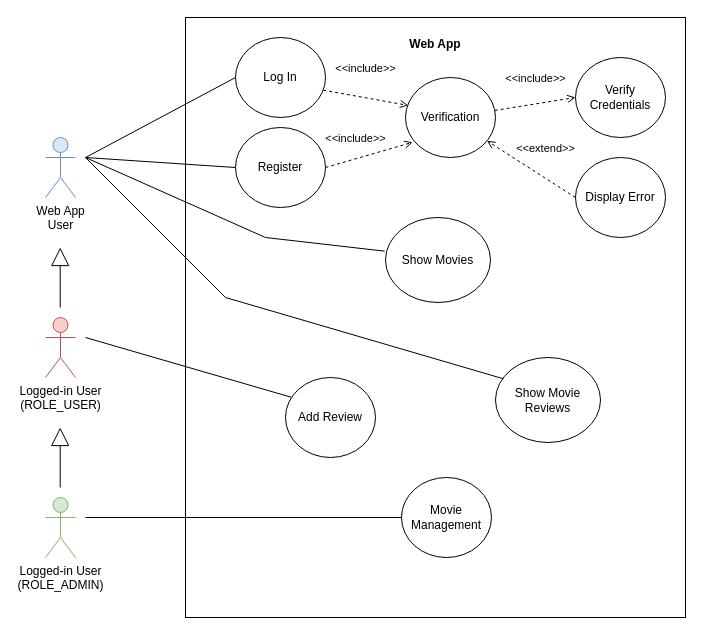
Before: diagrams/use_case/use_case.drawio in BossD3struction/swi1-web-app, a draw.io diagram. Source tidied: cells renumbered, new cells numbered last; positions are measured from the earlier drawing's top-left corner, leaving out a move shared by most shapes. Both pictures are drawn from the tidied source at 100%, with x=0, y=0 at pixel (45, 17).
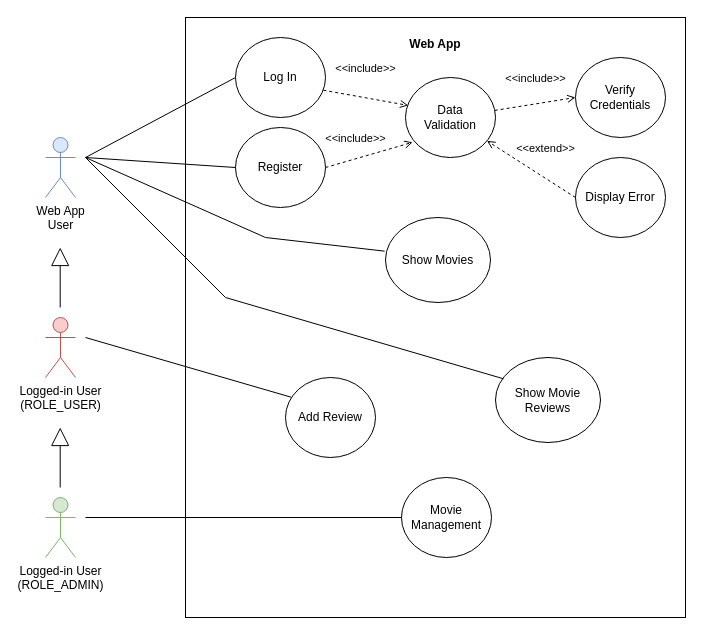
After the change.

Commit message (it also covers changes not shown here):
use case + readme update

The edit, as a diff of the source:
```diff
@@
-    <mxCell id="16" value="Verification" style="ellipse;whiteSpace=wrap;html=1;" parent="1" vertex="1">
+    <mxCell id="16" value="Data &lt;br&gt;Validation" style="ellipse;whiteSpace=wrap;html=1;" parent="1" vertex="1">
       <mxGeometry x="360" y="60" width="90" height="80" as="geometry" />
     </mxCell>
```
